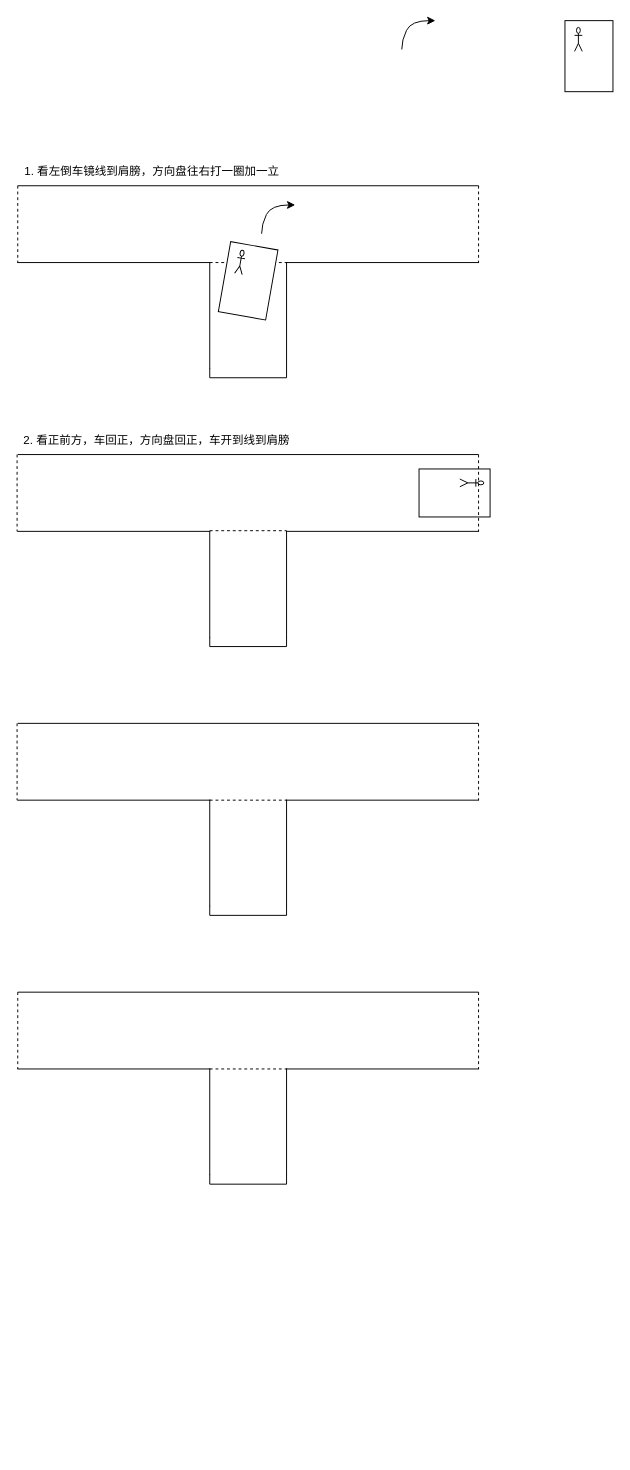
Earlier version of the draw.io diagram 倒车入库.drawio (liaihui666/sayhello). Source tidied: cells renumbered, new cells numbered last; positions are measured from the earlier drawing's top-left corner, leaving out a move shared by most shapes. Both pictures are drawn from the tidied source at 96%, with x=0, y=0 at pixel (16, 20).
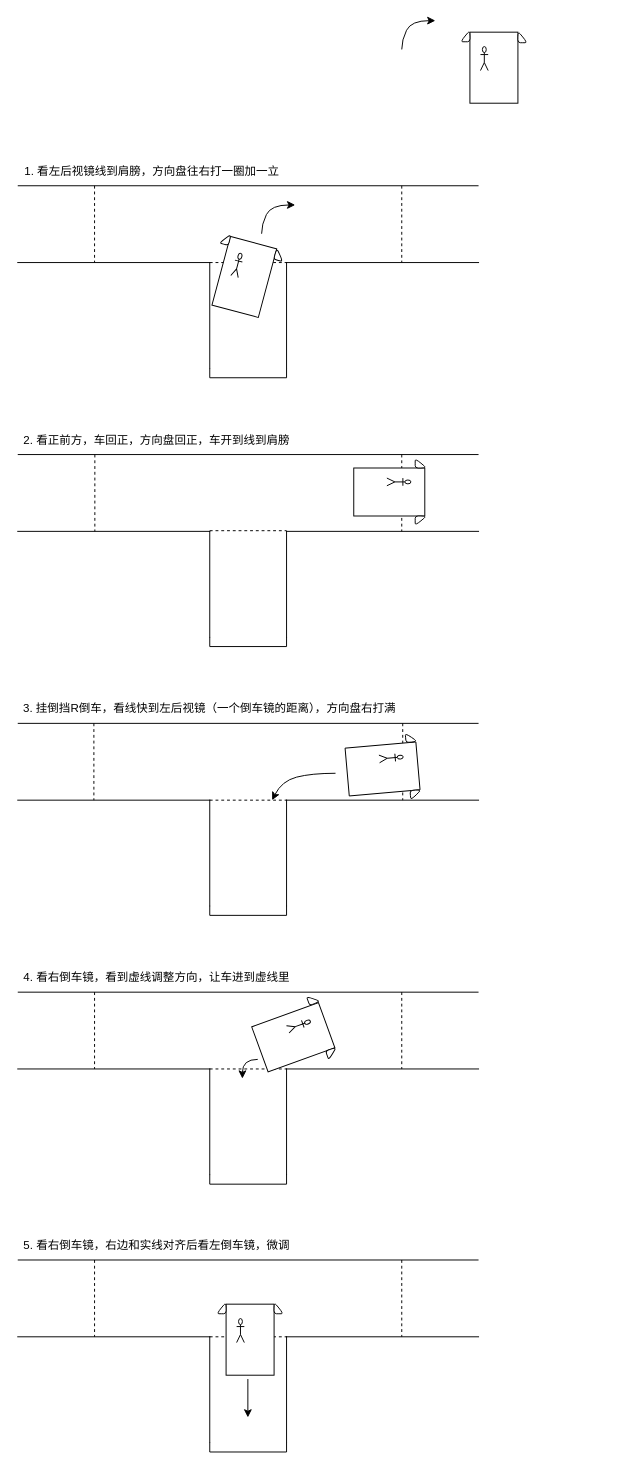
The same page after the edit.

Commit message (it also covers changes not shown here):
更新倒车入库.drawio

The change refers to these unchanged cells:
```xml
<mxCell id="2" style="shape=partialRectangle;whiteSpace=wrap;html=1;bottom=0;right=0;fillColor=none;" parent="1" vertex="1">
  <mxGeometry x="281" y="252" width="200" height="110" as="geometry" />
</mxCell>
```

What changed in the source:
```diff
@@
-    <mxCell id="18" value="1. 看左倒车镜线到肩膀，方向盘往右打一圈加一立" style="text;html=1;strokeColor=none;fillColor=none;align=center;verticalAlign=middle;whiteSpace=wrap;rounded=0;" parent="1" vertex="1">
+    <mxCell id="18" value="1. 看左后视镜线到肩膀，方向盘往右打一圈加一立" style="text;html=1;strokeColor=none;fillColor=none;align=center;verticalAlign=middle;whiteSpace=wrap;rounded=0;" parent="1" vertex="1">
       <mxGeometry x="1" y="142" width="280" height="30" as="geometry" />
     </mxCell>
@@
-    <mxCell id="20" style="group;rotation=10;" parent="1" vertex="1">
-      <mxGeometry x="216" y="234" width="50" height="74" as="geometry" />
-    </mxCell>
-    <mxCell id="21" style="rounded=0;whiteSpace=wrap;html=1;rotation=100;" parent="20" vertex="1">
-      <mxGeometry x="-12" y="12" width="74" height="50" as="geometry" />
-    </mxCell>
-    <mxCell id="22" style="shape=umlActor;verticalLabelPosition=bottom;verticalAlign=top;html=1;rotation=10;" parent="20" vertex="1">
-      <mxGeometry x="13" y="5" width="8" height="25" as="geometry" />
-    </mxCell>
-    <mxCell id="23" style="group;" parent="1" vertex="1">
-      <mxGeometry x="571" width="50" height="74" as="geometry" />
-    </mxCell>
-    <mxCell id="24" style="rounded=0;whiteSpace=wrap;html=1;rotation=90;" parent="23" vertex="1">
-      <mxGeometry x="-12" y="12" width="74" height="50" as="geometry" />
-    </mxCell>
-    <mxCell id="25" style="shape=umlActor;verticalLabelPosition=bottom;verticalAlign=top;html=1;" parent="23" vertex="1">
-      <mxGeometry x="10" y="7" width="8" height="25" as="geometry" />
-    </mxCell>
@@
-    <mxCell id="29" style="group;rotation=90;" parent="1" vertex="1">
-      <mxGeometry x="431" y="455" width="50" height="74" as="geometry" />
-    </mxCell>
-    <mxCell id="30" style="rounded=0;whiteSpace=wrap;html=1;rotation=180;" parent="29" vertex="1">
-      <mxGeometry x="-12" y="12" width="74" height="50" as="geometry" />
-    </mxCell>
-    <mxCell id="31" style="shape=umlActor;verticalLabelPosition=bottom;verticalAlign=top;html=1;rotation=90;" parent="29" vertex="1">
-      <mxGeometry x="39" y="14" width="8" height="25" as="geometry" />
-    </mxCell>
-    <mxCell id="32" style="endArrow=none;dashed=1;html=1;rounded=0;arcSize=20;endSize=6;startSize=6;jumpSize=6;entryX=1;entryY=0;entryDx=0;entryDy=0;" parent="1" edge="1" target="2">
+    <mxCell id="32" style="endArrow=none;dashed=1;html=1;rounded=0;arcSize=20;endSize=6;startSize=6;jumpSize=6;entryX=1;entryY=0;entryDx=0;entryDy=0;" parent="1" edge="1">
       <mxGeometry relative="1" as="geometry">
-        <mxPoint x="481" y="172" as="sourcePoint" />
+        <mxPoint x="401" y="172" as="sourcePoint" />
+        <mxPoint x="401" y="252" as="targetPoint" />
       </mxGeometry>
     </mxCell>
     <mxCell id="33" style="endArrow=none;dashed=1;html=1;rounded=0;arcSize=20;endSize=6;startSize=6;jumpSize=6;entryX=1;entryY=0;entryDx=0;entryDy=0;" parent="1" edge="1">
       <mxGeometry relative="1" as="geometry">
-        <mxPoint x="1" y="172" as="sourcePoint" />
-        <mxPoint x="1" y="252" as="targetPoint" />
+        <mxPoint x="81" y="172" as="sourcePoint" />
+        <mxPoint x="81" y="252" as="targetPoint" />
       </mxGeometry>
     </mxCell>
     <mxCell id="34" style="endArrow=none;dashed=1;html=1;rounded=0;arcSize=20;endSize=6;startSize=6;jumpSize=6;entryX=1;entryY=0;entryDx=0;entryDy=0;" parent="1" edge="1">
       <mxGeometry relative="1" as="geometry">
-        <mxPoint x="481" y="452" as="sourcePoint" />
-        <mxPoint x="481" y="532" as="targetPoint" />
+        <mxPoint x="401" y="452" as="sourcePoint" />
+        <mxPoint x="401" y="532" as="targetPoint" />
       </mxGeometry>
     </mxCell>
     <mxCell id="35" style="endArrow=none;dashed=1;html=1;rounded=0;arcSize=20;endSize=6;startSize=6;jumpSize=6;entryX=1;entryY=0;entryDx=0;entryDy=0;" parent="1" edge="1">
       <mxGeometry relative="1" as="geometry">
-        <mxPoint x="0.3" y="452" as="sourcePoint" />
-        <mxPoint x="0.3" y="532" as="targetPoint" />
+        <mxPoint x="81.3" y="452" as="sourcePoint" />
+        <mxPoint x="81.3" y="532" as="targetPoint" />
       </mxGeometry>
     </mxCell>
     <mxCell id="36" style="endArrow=none;dashed=1;html=1;rounded=0;arcSize=20;endSize=6;startSize=6;jumpSize=6;entryX=1;entryY=0;entryDx=0;entryDy=0;" parent="1" edge="1">
       <mxGeometry relative="1" as="geometry">
-        <mxPoint x="481" y="732" as="sourcePoint" />
-        <mxPoint x="481" y="812" as="targetPoint" />
+        <mxPoint x="402" y="732" as="sourcePoint" />
+        <mxPoint x="402" y="812" as="targetPoint" />
       </mxGeometry>
     </mxCell>
     <mxCell id="37" style="endArrow=none;dashed=1;html=1;rounded=0;arcSize=20;endSize=6;startSize=6;jumpSize=6;entryX=1;entryY=0;entryDx=0;entryDy=0;" parent="1" edge="1">
       <mxGeometry relative="1" as="geometry">
-        <mxPoint x="0.3" y="732" as="sourcePoint" />
-        <mxPoint x="0.3" y="812" as="targetPoint" />
+        <mxPoint x="80.3" y="732" as="sourcePoint" />
+        <mxPoint x="80.3" y="812" as="targetPoint" />
       </mxGeometry>
     </mxCell>
@@
     <mxCell id="41" style="endArrow=none;dashed=1;html=1;rounded=0;arcSize=20;endSize=6;startSize=6;jumpSize=6;entryX=1;entryY=0;entryDx=0;entryDy=0;" parent="1" edge="1">
       <mxGeometry relative="1" as="geometry">
-        <mxPoint x="481" y="1012" as="sourcePoint" />
-        <mxPoint x="481" y="1092" as="targetPoint" />
+        <mxPoint x="401" y="1012" as="sourcePoint" />
+        <mxPoint x="401" y="1092" as="targetPoint" />
       </mxGeometry>
     </mxCell>
     <mxCell id="42" style="endArrow=none;dashed=1;html=1;rounded=0;arcSize=20;endSize=6;startSize=6;jumpSize=6;entryX=1;entryY=0;entryDx=0;entryDy=0;" parent="1" edge="1">
       <mxGeometry relative="1" as="geometry">
-        <mxPoint x="1" y="1012" as="sourcePoint" />
-        <mxPoint x="1" y="1092" as="targetPoint" />
+        <mxPoint x="81" y="1012" as="sourcePoint" />
+        <mxPoint x="81" y="1092" as="targetPoint" />
       </mxGeometry>
     </mxCell>
+    <mxCell id="43" value="3. 挂倒挡R倒车，看线快到左后视镜（一个倒车镜的距离），方向盘右打满" style="text;html=1;strokeColor=none;fillColor=none;align=center;verticalAlign=middle;whiteSpace=wrap;rounded=0;" parent="1" vertex="1">
+      <mxGeometry x="1" y="702" width="400" height="30" as="geometry" />
+    </mxCell>
+    <mxCell id="44" style="group;rotation=-5;" parent="1" vertex="1">
+      <mxGeometry x="344" y="743.5" width="75.5" height="73" as="geometry" />
+    </mxCell>
+    <mxCell id="45" style="group;rotation=85;" parent="44" vertex="1">
+      <mxGeometry x="12" y="-1" width="62" height="74" as="geometry" />
+    </mxCell>
+    <mxCell id="46" style="rounded=0;whiteSpace=wrap;html=1;rotation=175;" parent="45" vertex="1">
+      <mxGeometry x="-12" y="12" width="74" height="50" as="geometry" />
+    </mxCell>
+    <mxCell id="47" style="shape=umlActor;verticalLabelPosition=bottom;verticalAlign=top;html=1;rotation=85;" parent="45" vertex="1">
+      <mxGeometry x="30" y="13" width="8" height="25" as="geometry" />
+    </mxCell>
+    <mxCell id="48" style="html=1;strokeWidth=1;shape=manualInput;whiteSpace=wrap;rounded=1;size=13;arcSize=30;rotation=85;flipH=1;" parent="45" vertex="1">
+      <mxGeometry x="55" y="58" width="10" height="12" as="geometry" />
+    </mxCell>
+    <mxCell id="49" style="html=1;strokeWidth=1;shape=manualInput;whiteSpace=wrap;rounded=1;size=13;arcSize=30;rotation=85;" parent="44" vertex="1">
+      <mxGeometry x="62" y="-3" width="10" height="12" as="geometry" />
+    </mxCell>
+    <mxCell id="50" style="curved=1;endArrow=classic;html=1;rounded=0;startSize=6;endSize=6;jumpSize=6;" parent="1" edge="1">
+      <mxGeometry relative="1" as="geometry">
+        <mxPoint x="332" y="784" as="sourcePoint" />
+        <mxPoint x="266" y="812" as="targetPoint" />
+        <Array as="points">
+          <mxPoint x="307" y="784" />
+          <mxPoint x="276" y="792" />
+        </Array>
+      </mxGeometry>
+    </mxCell>
+    <mxCell id="51" style="group;rotation=-90;" parent="1" vertex="1">
+      <mxGeometry x="461" y="12" width="75.5" height="73" as="geometry" />
+    </mxCell>
+    <mxCell id="52" style="group;rotation=0;" parent="51" vertex="1">
+      <mxGeometry x="6" y="-6" width="62" height="74" as="geometry" />
+    </mxCell>
+    <mxCell id="53" style="rounded=0;whiteSpace=wrap;html=1;rotation=90;" parent="52" vertex="1">
+      <mxGeometry x="-7" y="18" width="74" height="50" as="geometry" />
+    </mxCell>
+    <mxCell id="54" style="shape=umlActor;verticalLabelPosition=bottom;verticalAlign=top;html=1;rotation=0;" parent="52" vertex="1">
+      <mxGeometry x="16" y="21" width="8" height="25" as="geometry" />
+    </mxCell>
+    <mxCell id="55" style="html=1;strokeWidth=1;shape=manualInput;whiteSpace=wrap;rounded=1;size=13;arcSize=30;rotation=0;flipH=1;" parent="52" vertex="1">
+      <mxGeometry x="55" y="5" width="10" height="12" as="geometry" />
+    </mxCell>
+    <mxCell id="56" style="html=1;strokeWidth=1;shape=manualInput;whiteSpace=wrap;rounded=1;size=13;arcSize=30;rotation=0;" parent="51" vertex="1">
+      <mxGeometry x="1" y="-2" width="10" height="12" as="geometry" />
+    </mxCell>
+    <mxCell id="57" style="group;rotation=0;" parent="1" vertex="1">
+      <mxGeometry x="351" y="456" width="75.5" height="73" as="geometry" />
+    </mxCell>
+    <mxCell id="58" style="group;rotation=90;" parent="57" vertex="1">
+      <mxGeometry x="12" y="-1" width="62" height="74" as="geometry" />
+    </mxCell>
+    <mxCell id="59" style="rounded=0;whiteSpace=wrap;html=1;rotation=180;" parent="58" vertex="1">
+      <mxGeometry x="-12" y="11" width="74" height="50" as="geometry" />
+    </mxCell>
+    <mxCell id="60" style="shape=umlActor;verticalLabelPosition=bottom;verticalAlign=top;html=1;rotation=90;" parent="58" vertex="1">
+      <mxGeometry x="31" y="13" width="8" height="25" as="geometry" />
+    </mxCell>
+    <mxCell id="61" style="html=1;strokeWidth=1;shape=manualInput;whiteSpace=wrap;rounded=1;size=13;arcSize=30;rotation=90;flipH=1;" parent="58" vertex="1">
+      <mxGeometry x="53" y="60" width="10" height="12" as="geometry" />
+    </mxCell>
+    <mxCell id="62" style="html=1;strokeWidth=1;shape=manualInput;whiteSpace=wrap;rounded=1;size=13;arcSize=30;rotation=90;" parent="57" vertex="1">
+      <mxGeometry x="65" y="-1" width="10" height="12" as="geometry" />
+    </mxCell>
+    <mxCell id="63" style="group;rotation=-75;" parent="1" vertex="1">
+      <mxGeometry x="202" y="230" width="75.5" height="73" as="geometry" />
+    </mxCell>
+    <mxCell id="64" style="group;rotation=15;" parent="63" vertex="1">
+      <mxGeometry x="7" y="-6" width="62" height="74" as="geometry" />
+    </mxCell>
+    <mxCell id="65" style="rounded=0;whiteSpace=wrap;html=1;rotation=105;" parent="64" vertex="1">
+      <mxGeometry x="-9" y="18" width="74" height="50" as="geometry" />
+    </mxCell>
+    <mxCell id="66" style="shape=umlActor;verticalLabelPosition=bottom;verticalAlign=top;html=1;rotation=15;" parent="64" vertex="1">
+      <mxGeometry x="17" y="18" width="8" height="25" as="geometry" />
+    </mxCell>
+    <mxCell id="67" style="html=1;strokeWidth=1;shape=manualInput;whiteSpace=wrap;rounded=1;size=13;arcSize=30;rotation=15;flipH=1;" parent="64" vertex="1">
+      <mxGeometry x="60" y="14" width="10" height="12" as="geometry" />
+    </mxCell>
+    <mxCell id="68" style="html=1;strokeWidth=1;shape=manualInput;whiteSpace=wrap;rounded=1;size=13;arcSize=30;rotation=15;" parent="63" vertex="1">
+      <mxGeometry x="10" y="-9" width="10" height="12" as="geometry" />
+    </mxCell>
+    <mxCell id="69" style="group;rotation=-20;" parent="1" vertex="1">
+      <mxGeometry x="241" y="1022" width="84" height="73" as="geometry" />
+    </mxCell>
+    <mxCell id="70" style="group;rotation=70;" parent="69" vertex="1">
+      <mxGeometry x="22" y="-1" width="62" height="74" as="geometry" />
+    </mxCell>
+    <mxCell id="71" style="rounded=0;whiteSpace=wrap;html=1;rotation=160;" parent="70" vertex="1">
+      <mxGeometry x="-12" y="13" width="74" height="50" as="geometry" />
+    </mxCell>
+    <mxCell id="72" style="shape=umlActor;verticalLabelPosition=bottom;verticalAlign=top;html=1;rotation=70;" parent="70" vertex="1">
+      <mxGeometry x="27" y="13" width="8" height="25" as="geometry" />
+    </mxCell>
+    <mxCell id="73" style="html=1;strokeWidth=1;shape=manualInput;whiteSpace=wrap;rounded=1;size=13;arcSize=30;rotation=70;flipH=1;" parent="70" vertex="1">
+      <mxGeometry x="61" y="49" width="10" height="12" as="geometry" />
+    </mxCell>
+    <mxCell id="74" style="html=1;strokeWidth=1;shape=manualInput;whiteSpace=wrap;rounded=1;size=13;arcSize=30;rotation=70;" parent="69" vertex="1">
+      <mxGeometry x="63" y="-9" width="10" height="12" as="geometry" />
+    </mxCell>
+    <mxCell id="75" value="4. 看右倒车镜，看到虚线调整方向，让车进到虚线里" style="text;html=1;strokeColor=none;fillColor=none;align=center;verticalAlign=middle;whiteSpace=wrap;rounded=0;" parent="1" vertex="1">
+      <mxGeometry x="1" y="982" width="290" height="30" as="geometry" />
+    </mxCell>
+    <mxCell id="76" style="shape=partialRectangle;whiteSpace=wrap;html=1;bottom=0;right=0;fillColor=none;" parent="1" vertex="1">
+      <mxGeometry x="281" y="1371" width="200" height="110" as="geometry" />
+    </mxCell>
+    <mxCell id="77" style="edgeStyle=orthogonalEdgeStyle;rounded=0;jettySize=auto;html=1;exitX=0;exitY=0;exitDx=0;exitDy=0;entryX=0;entryY=1;entryDx=0;entryDy=0;endArrow=none;endFill=0;" parent="1" edge="1" source="78" target="76">
+      <mxGeometry relative="1" as="geometry">
+        <Array as="points">
+          <mxPoint x="201" y="1491" />
+          <mxPoint x="281" y="1491" />
+        </Array>
+      </mxGeometry>
+    </mxCell>
+    <mxCell id="78" style="shape=partialRectangle;whiteSpace=wrap;html=1;bottom=0;right=0;fillColor=none;rotation=-180;direction=east;flipV=1;" parent="1" vertex="1">
+      <mxGeometry x="1" y="1371" width="200" height="110" as="geometry" />
+    </mxCell>
+    <mxCell id="79" style="endArrow=none;html=1;rounded=0;" parent="1" edge="1">
+      <mxGeometry relative="1" as="geometry">
+        <mxPoint x="1" y="1291" as="sourcePoint" />
+        <mxPoint x="481" y="1291" as="targetPoint" />
+      </mxGeometry>
+    </mxCell>
+    <mxCell id="80" style="endArrow=none;dashed=1;html=1;rounded=0;arcSize=20;endSize=6;startSize=6;jumpSize=6;" parent="1" edge="1">
+      <mxGeometry relative="1" as="geometry">
+        <mxPoint x="201" y="1371" as="sourcePoint" />
+        <mxPoint x="281" y="1371" as="targetPoint" />
+      </mxGeometry>
+    </mxCell>
+    <mxCell id="81" style="endArrow=none;dashed=1;html=1;rounded=0;arcSize=20;endSize=6;startSize=6;jumpSize=6;entryX=1;entryY=0;entryDx=0;entryDy=0;" parent="1" edge="1">
+      <mxGeometry relative="1" as="geometry">
+        <mxPoint x="401" y="1291" as="sourcePoint" />
+        <mxPoint x="401" y="1371" as="targetPoint" />
+      </mxGeometry>
+    </mxCell>
+    <mxCell id="82" style="endArrow=none;dashed=1;html=1;rounded=0;arcSize=20;endSize=6;startSize=6;jumpSize=6;entryX=1;entryY=0;entryDx=0;entryDy=0;" parent="1" edge="1">
+      <mxGeometry relative="1" as="geometry">
+        <mxPoint x="81" y="1291" as="sourcePoint" />
+        <mxPoint x="81" y="1371" as="targetPoint" />
+      </mxGeometry>
+    </mxCell>
+    <mxCell id="83" style="group;rotation=-90;" parent="1" vertex="1">
+      <mxGeometry x="199" y="1342" width="84" height="73" as="geometry" />
+    </mxCell>
+    <mxCell id="84" style="group;rotation=0;" parent="83" vertex="1">
+      <mxGeometry x="14" y="-11" width="62" height="74" as="geometry" />
+    </mxCell>
+    <mxCell id="85" style="rounded=0;whiteSpace=wrap;html=1;rotation=90;" parent="84" vertex="1">
+      <mxGeometry x="-7" y="18" width="74" height="50" as="geometry" />
+    </mxCell>
+    <mxCell id="86" style="shape=umlActor;verticalLabelPosition=bottom;verticalAlign=top;html=1;rotation=0;" parent="84" vertex="1">
+      <mxGeometry x="16" y="21" width="8" height="25" as="geometry" />
+    </mxCell>
+    <mxCell id="87" style="html=1;strokeWidth=1;shape=manualInput;whiteSpace=wrap;rounded=1;size=13;arcSize=30;rotation=0;flipH=1;" parent="84" vertex="1">
+      <mxGeometry x="55" y="4" width="10" height="12" as="geometry" />
+    </mxCell>
+    <mxCell id="88" style="html=1;strokeWidth=1;shape=manualInput;whiteSpace=wrap;rounded=1;size=13;arcSize=30;rotation=0;" parent="83" vertex="1">
+      <mxGeometry x="9" y="-7" width="10" height="12" as="geometry" />
+    </mxCell>
+    <mxCell id="89" style="endArrow=classic;html=1;rounded=0;startSize=6;endSize=6;jumpSize=6;" parent="83" edge="1">
+      <mxGeometry relative="1" as="geometry">
+        <mxPoint x="41.7" y="73" as="sourcePoint" />
+        <mxPoint x="41.7" y="113" as="targetPoint" />
+      </mxGeometry>
+    </mxCell>
+    <mxCell id="90" value="5. 看右倒车镜，右边和实线对齐后看左倒车镜，微调" style="text;html=1;strokeColor=none;fillColor=none;align=center;verticalAlign=middle;whiteSpace=wrap;rounded=0;" parent="1" vertex="1">
+      <mxGeometry x="1" y="1261" width="290" height="30" as="geometry" />
+    </mxCell>
+    <mxCell id="91" style="curved=1;endArrow=classic;html=1;rounded=0;startSize=6;endSize=6;jumpSize=6;" parent="1" edge="1">
+      <mxGeometry relative="1" as="geometry">
+        <mxPoint x="251" y="1082" as="sourcePoint" />
+        <mxPoint x="235" y="1102" as="targetPoint" />
+        <Array as="points">
+          <mxPoint x="235" y="1082" />
+        </Array>
+      </mxGeometry>
+    </mxCell>
```
